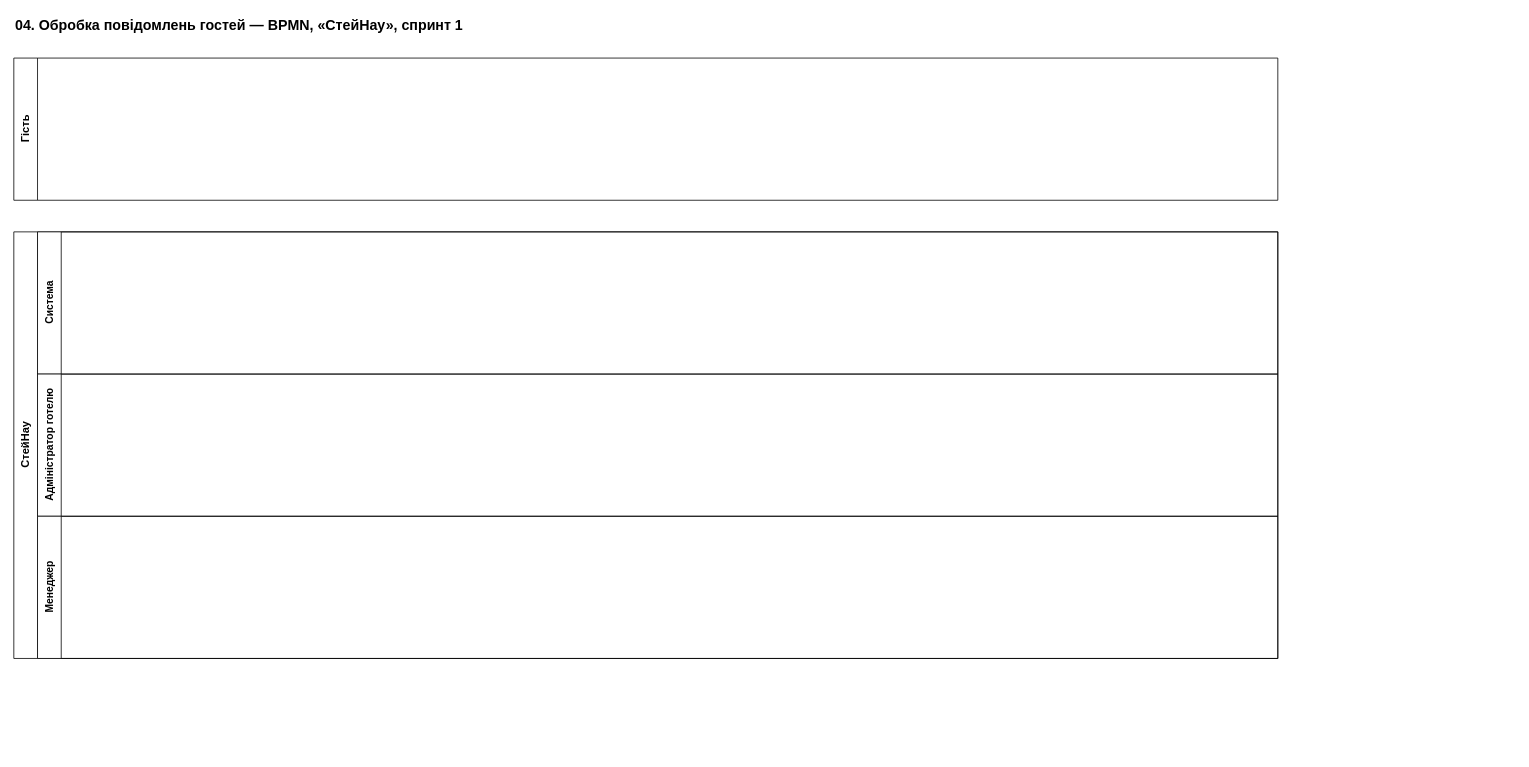
Before: docs/sprint1/bpmn/04_guest_messages.drawio in honest-honeypot/staynow, a draw.io diagram. Source tidied: cells renumbered, new cells numbered last; positions are measured from the earlier drawing's top-left corner, leaving out a move shared by most shapes. Both pictures are drawn from the tidied source at 79%, with x=0, y=0 at pixel (13, 13).
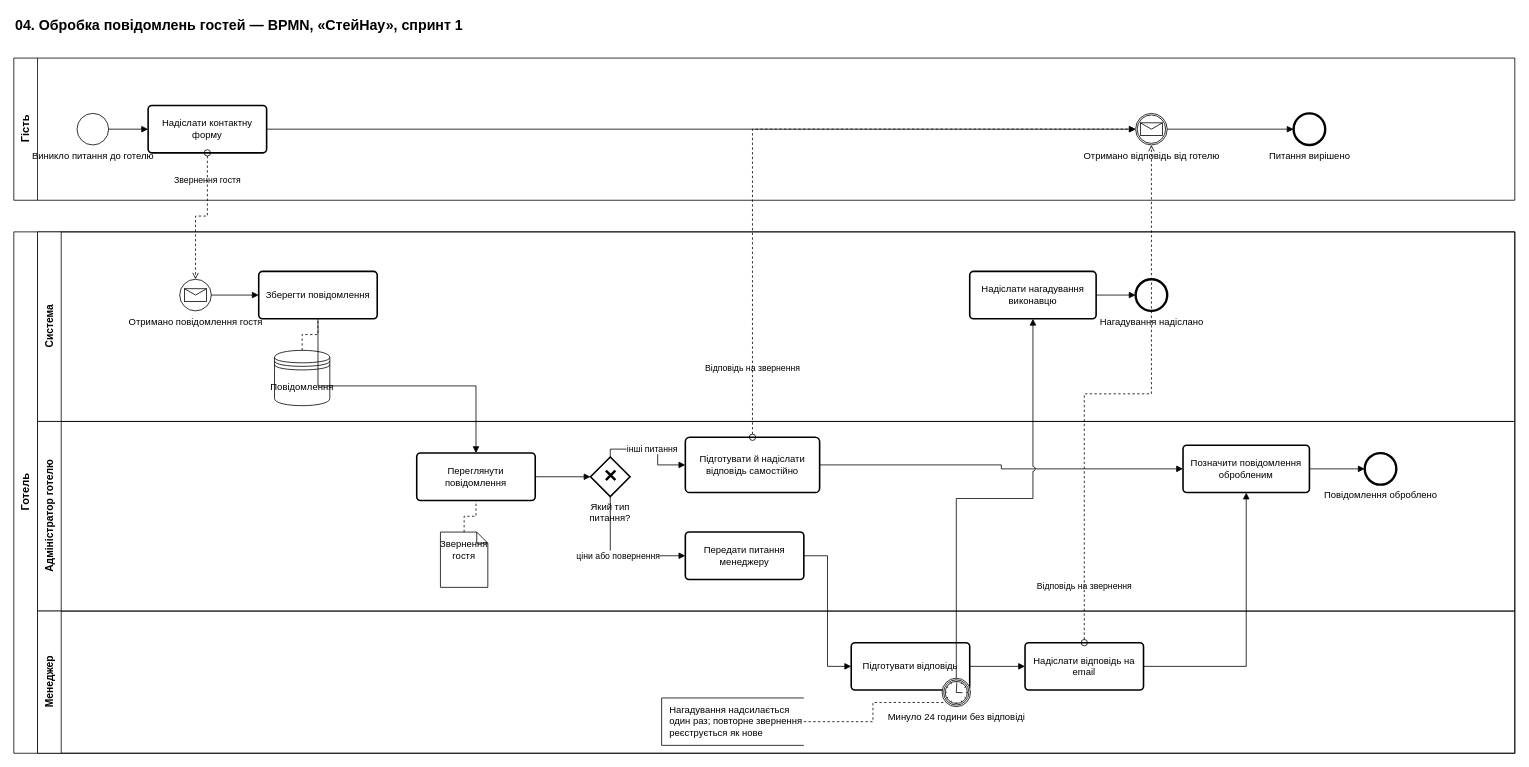
Above is the later version.

Change to the diagram source:
```diff
@@
     <mxCell id="2" value="04. Обробка повідомлень гостей — BPMN, «СтейНау», спринт 1" style="text;html=1;align=left;verticalAlign=middle;fontSize=18;fontStyle=1;" parent="1" vertex="1">
-      <mxGeometry width="900" height="30" as="geometry" />
+      <mxGeometry width="1000" height="30" as="geometry" />
     </mxCell>
     <mxCell id="3" value="Гість" style="swimlane;html=1;horizontal=0;startSize=30;fontSize=14;fontStyle=1;swimlaneFillColor=none;" parent="1" vertex="1">
-      <mxGeometry y="56" width="1600" height="180" as="geometry" />
+      <mxGeometry y="56" width="1900" height="180" as="geometry" />
     </mxCell>
-    <mxCell id="4" value="СтейНау" style="swimlane;html=1;horizontal=0;startSize=30;fontSize=14;fontStyle=1;swimlaneFillColor=none;" parent="1" vertex="1">
-      <mxGeometry y="276" width="1600" height="540" as="geometry" />
-    </mxCell>
+    <mxCell id="8" value="Виникло питання до готелю" style="shape=mxgraph.bpmn.event;html=1;verticalLabelPosition=bottom;verticalAlign=top;align=center;perimeter=ellipsePerimeter;outlineConnect=0;labelBackgroundColor=none;labelPosition=center;outline=standard;symbol=general;" parent="3" vertex="1">
+      <mxGeometry x="80" y="70" width="40" height="40" as="geometry" />
+    </mxCell>
+    <mxCell id="9" value="Надіслати контактну форму" style="rounded=1;whiteSpace=wrap;html=1;arcSize=8;strokeWidth=2;" parent="3" vertex="1">
+      <mxGeometry x="170" y="60" width="150" height="60" as="geometry" />
+    </mxCell>
+    <mxCell id="10" value="Отримано відповідь від готелю" style="shape=mxgraph.bpmn.event;html=1;verticalLabelPosition=bottom;verticalAlign=top;align=center;perimeter=ellipsePerimeter;outlineConnect=0;labelBackgroundColor=none;labelPosition=center;outline=catching;symbol=message;" parent="3" vertex="1">
+      <mxGeometry x="1420" y="70" width="40" height="40" as="geometry" />
+    </mxCell>
+    <mxCell id="11" value="Питання вирішено" style="shape=mxgraph.bpmn.event;html=1;verticalLabelPosition=bottom;verticalAlign=top;align=center;perimeter=ellipsePerimeter;outlineConnect=0;labelBackgroundColor=none;labelPosition=center;outline=end;symbol=general;" parent="3" vertex="1">
+      <mxGeometry x="1620" y="70" width="40" height="40" as="geometry" />
+    </mxCell>
+    <mxCell id="12" style="edgeStyle=orthogonalEdgeStyle;rounded=0;html=1;endArrow=block;endFill=1;jumpStyle=arc;" parent="1" edge="1" source="8" target="9">
+      <mxGeometry relative="1" as="geometry" />
+    </mxCell>
+    <mxCell id="13" style="edgeStyle=orthogonalEdgeStyle;rounded=0;html=1;endArrow=block;endFill=1;jumpStyle=arc;" parent="1" edge="1" source="9" target="10">
+      <mxGeometry relative="1" as="geometry" />
+    </mxCell>
+    <mxCell id="14" style="edgeStyle=orthogonalEdgeStyle;rounded=0;html=1;endArrow=block;endFill=1;jumpStyle=arc;" parent="1" edge="1" source="10" target="11">
+      <mxGeometry relative="1" as="geometry" />
+    </mxCell>
+    <mxCell id="15" value="Готель" style="swimlane;html=1;horizontal=0;startSize=30;fontSize=14;fontStyle=1;swimlaneFillColor=none;" parent="1" vertex="1">
+      <mxGeometry y="276" width="1900" height="660" as="geometry" />
+    </mxCell>
-    <mxCell id="5" value="Система" style="swimlane;html=1;horizontal=0;startSize=30;fontSize=13;swimlaneFillColor=none;" parent="4" vertex="1">
-      <mxGeometry x="30" width="1570" height="180" as="geometry" />
+    <mxCell id="5" value="Система" style="swimlane;html=1;horizontal=0;startSize=30;fontSize=13;swimlaneFillColor=none;" parent="15" vertex="1">
+      <mxGeometry x="30" width="1870" height="240" as="geometry" />
     </mxCell>
-    <mxCell id="6" value="Адміністратор готелю" style="swimlane;html=1;horizontal=0;startSize=30;fontSize=13;swimlaneFillColor=none;" parent="4" vertex="1">
-      <mxGeometry x="30" y="180" width="1570" height="180" as="geometry" />
+    <mxCell id="6" value="Адміністратор готелю" style="swimlane;html=1;horizontal=0;startSize=30;fontSize=13;swimlaneFillColor=none;" parent="15" vertex="1">
+      <mxGeometry x="30" y="240" width="1870" height="240" as="geometry" />
     </mxCell>
-    <mxCell id="7" value="Менеджер" style="swimlane;html=1;horizontal=0;startSize=30;fontSize=13;swimlaneFillColor=none;" parent="4" vertex="1">
-      <mxGeometry x="30" y="360" width="1570" height="180" as="geometry" />
+    <mxCell id="7" value="Менеджер" style="swimlane;html=1;horizontal=0;startSize=30;fontSize=13;swimlaneFillColor=none;" parent="15" vertex="1">
+      <mxGeometry x="30" y="480" width="1870" height="180" as="geometry" />
     </mxCell>
+    <mxCell id="16" value="Отримано повідомлення гостя" style="shape=mxgraph.bpmn.event;html=1;verticalLabelPosition=bottom;verticalAlign=top;align=center;perimeter=ellipsePerimeter;outlineConnect=0;labelBackgroundColor=none;labelPosition=center;outline=standard;symbol=message;" parent="5" vertex="1">
+      <mxGeometry x="180" y="60" width="40" height="40" as="geometry" />
+    </mxCell>
+    <mxCell id="17" value="Зберегти повідомлення" style="rounded=1;whiteSpace=wrap;html=1;arcSize=8;strokeWidth=2;" parent="5" vertex="1">
+      <mxGeometry x="280" y="50" width="150" height="60" as="geometry" />
+    </mxCell>
+    <mxCell id="18" value="Надіслати нагадування виконавцю" style="rounded=1;whiteSpace=wrap;html=1;arcSize=8;strokeWidth=2;" parent="5" vertex="1">
+      <mxGeometry x="1180" y="50" width="160" height="60" as="geometry" />
+    </mxCell>
+    <mxCell id="19" value="Нагадування надіслано" style="shape=mxgraph.bpmn.event;html=1;verticalLabelPosition=bottom;verticalAlign=top;align=center;perimeter=ellipsePerimeter;outlineConnect=0;labelBackgroundColor=none;labelPosition=center;outline=end;symbol=general;" parent="5" vertex="1">
+      <mxGeometry x="1390" y="60" width="40" height="40" as="geometry" />
+    </mxCell>
+    <mxCell id="20" value="Повідомлення" style="shape=datastore;whiteSpace=wrap;html=1;" parent="5" vertex="1">
+      <mxGeometry x="300" y="150" width="70" height="70" as="geometry" />
+    </mxCell>
+    <mxCell id="21" value="Переглянути повідомлення" style="rounded=1;whiteSpace=wrap;html=1;arcSize=8;strokeWidth=2;" parent="6" vertex="1">
+      <mxGeometry x="480" y="40" width="150" height="60" as="geometry" />
+    </mxCell>
+    <mxCell id="22" value="Який тип питання?" style="rhombus;whiteSpace=wrap;html=1;fillColor=none;strokeWidth=2;verticalLabelPosition=bottom;verticalAlign=top;labelBackgroundColor=none;" parent="6" vertex="1">
+      <mxGeometry x="700" y="45" width="50" height="50" as="geometry" />
+    </mxCell>
+    <mxCell id="23" value="✕" style="text;html=1;align=center;verticalAlign=middle;fontSize=22;fontStyle=1;strokeColor=none;fillColor=none;" parent="22" vertex="1">
+      <mxGeometry x="7" y="7" width="36" height="36" as="geometry" />
+    </mxCell>
+    <mxCell id="24" value="Підготувати й надіслати відповідь самостійно" style="rounded=1;whiteSpace=wrap;html=1;arcSize=8;strokeWidth=2;" parent="6" vertex="1">
+      <mxGeometry x="820" y="20" width="170" height="70" as="geometry" />
+    </mxCell>
+    <mxCell id="25" value="Передати питання менеджеру" style="rounded=1;whiteSpace=wrap;html=1;arcSize=8;strokeWidth=2;" parent="6" vertex="1">
+      <mxGeometry x="820" y="140" width="150" height="60" as="geometry" />
+    </mxCell>
+    <mxCell id="26" value="Позначити повідомлення обробленим" style="rounded=1;whiteSpace=wrap;html=1;arcSize=8;strokeWidth=2;" parent="6" vertex="1">
+      <mxGeometry x="1450" y="30" width="160" height="60" as="geometry" />
+    </mxCell>
+    <mxCell id="27" value="Повідомлення оброблено" style="shape=mxgraph.bpmn.event;html=1;verticalLabelPosition=bottom;verticalAlign=top;align=center;perimeter=ellipsePerimeter;outlineConnect=0;labelBackgroundColor=none;labelPosition=center;outline=end;symbol=general;" parent="6" vertex="1">
+      <mxGeometry x="1680" y="40" width="40" height="40" as="geometry" />
+    </mxCell>
+    <mxCell id="28" value="Звернення гостя" style="shape=note;whiteSpace=wrap;html=1;size=14;verticalAlign=top;spacingTop=2;" parent="6" vertex="1">
+      <mxGeometry x="510" y="140" width="60" height="70" as="geometry" />
+    </mxCell>
+    <mxCell id="29" value="Підготувати відповідь" style="rounded=1;whiteSpace=wrap;html=1;arcSize=8;strokeWidth=2;" parent="7" vertex="1">
+      <mxGeometry x="1030" y="40" width="150" height="60" as="geometry" />
+    </mxCell>
+    <mxCell id="30" value="Минуло 24 години без відповіді" style="shape=mxgraph.bpmn.event;html=1;verticalLabelPosition=bottom;verticalAlign=top;align=center;perimeter=ellipsePerimeter;outlineConnect=0;labelBackgroundColor=none;labelPosition=center;outline=boundInt;symbol=timer;" parent="7" vertex="1">
+      <mxGeometry x="1145" y="85" width="36" height="36" as="geometry" />
+    </mxCell>
+    <mxCell id="31" value="Надіслати відповідь на email" style="rounded=1;whiteSpace=wrap;html=1;arcSize=8;strokeWidth=2;" parent="7" vertex="1">
+      <mxGeometry x="1250" y="40" width="150" height="60" as="geometry" />
+    </mxCell>
+    <mxCell id="32" value="Нагадування надсилається один раз; повторне звернення реєструється як нове" style="shape=mxgraph.flowchart.annotation_1;html=1;align=left;whiteSpace=wrap;verticalAlign=middle;spacingLeft=8;fillColor=none;" parent="7" vertex="1">
+      <mxGeometry x="790" y="110" width="180" height="60" as="geometry" />
+    </mxCell>
+    <mxCell id="33" style="edgeStyle=orthogonalEdgeStyle;rounded=0;html=1;endArrow=block;endFill=1;jumpStyle=arc;" parent="1" edge="1" source="16" target="17">
+      <mxGeometry relative="1" as="geometry" />
+    </mxCell>
+    <mxCell id="34" style="edgeStyle=orthogonalEdgeStyle;rounded=0;html=1;endArrow=block;endFill=1;jumpStyle=arc;exitX=0.5;exitY=1;entryX=0.5;entryY=0;" parent="1" edge="1" source="17" target="21">
+      <mxGeometry relative="1" as="geometry" />
+    </mxCell>
+    <mxCell id="35" style="edgeStyle=orthogonalEdgeStyle;rounded=0;html=1;endArrow=block;endFill=1;jumpStyle=arc;" parent="1" edge="1" source="21" target="22">
+      <mxGeometry relative="1" as="geometry" />
+    </mxCell>
+    <mxCell id="36" value="інші питання" style="edgeStyle=orthogonalEdgeStyle;rounded=0;html=1;endArrow=block;endFill=1;jumpStyle=arc;exitX=0.5;exitY=0;entryX=0;entryY=0.5;" parent="1" edge="1" source="22" target="24">
+      <mxGeometry relative="1" as="geometry" />
+    </mxCell>
+    <mxCell id="37" value="ціни або повернення" style="edgeStyle=orthogonalEdgeStyle;rounded=0;html=1;endArrow=block;endFill=1;jumpStyle=arc;exitX=0.5;exitY=1;entryX=0;entryY=0.5;" parent="1" edge="1" source="22" target="25">
+      <mxGeometry relative="1" as="geometry" />
+    </mxCell>
+    <mxCell id="38" style="edgeStyle=orthogonalEdgeStyle;rounded=0;html=1;endArrow=block;endFill=1;jumpStyle=arc;exitX=1;exitY=0.5;entryX=0;entryY=0.5;" parent="1" edge="1" source="25" target="29">
+      <mxGeometry relative="1" as="geometry" />
+    </mxCell>
+    <mxCell id="39" style="edgeStyle=orthogonalEdgeStyle;rounded=0;html=1;endArrow=block;endFill=1;jumpStyle=arc;" parent="1" edge="1" source="29" target="31">
+      <mxGeometry relative="1" as="geometry" />
+    </mxCell>
+    <mxCell id="40" style="edgeStyle=orthogonalEdgeStyle;rounded=0;html=1;endArrow=block;endFill=1;jumpStyle=arc;exitX=1;exitY=0.5;entryX=0.5;entryY=1;" parent="1" edge="1" source="31" target="26">
+      <mxGeometry relative="1" as="geometry" />
+    </mxCell>
+    <mxCell id="41" style="edgeStyle=orthogonalEdgeStyle;rounded=0;html=1;endArrow=block;endFill=1;jumpStyle=arc;exitX=1;exitY=0.5;entryX=0;entryY=0.5;" parent="1" edge="1" source="24" target="26">
+      <mxGeometry relative="1" as="geometry" />
+    </mxCell>
+    <mxCell id="42" style="edgeStyle=orthogonalEdgeStyle;rounded=0;html=1;endArrow=block;endFill=1;jumpStyle=arc;" parent="1" edge="1" source="26" target="27">
+      <mxGeometry relative="1" as="geometry" />
+    </mxCell>
+    <mxCell id="43" style="edgeStyle=orthogonalEdgeStyle;rounded=0;html=1;endArrow=block;endFill=1;jumpStyle=arc;exitX=0.5;exitY=0;entryX=0.5;entryY=1;" parent="1" edge="1" source="30" target="18">
+      <mxGeometry relative="1" as="geometry" />
+    </mxCell>
+    <mxCell id="44" style="edgeStyle=orthogonalEdgeStyle;rounded=0;html=1;endArrow=block;endFill=1;jumpStyle=arc;" parent="1" edge="1" source="18" target="19">
+      <mxGeometry relative="1" as="geometry" />
+    </mxCell>
+    <mxCell id="45" value="Звернення гостя" style="edgeStyle=orthogonalEdgeStyle;rounded=0;html=1;dashed=1;endArrow=open;endFill=0;startArrow=oval;startFill=0;startSize=8;labelBackgroundColor=none;exitX=0.5;exitY=1;entryX=0.5;entryY=0;" parent="1" edge="1" source="9" target="16">
+      <mxGeometry x="-0.6" relative="1" as="geometry" />
+    </mxCell>
+    <mxCell id="46" value="Відповідь на звернення" style="edgeStyle=orthogonalEdgeStyle;rounded=0;html=1;dashed=1;endArrow=open;endFill=0;startArrow=oval;startFill=0;startSize=8;labelBackgroundColor=none;exitX=0.5;exitY=0;entryX=0.5;entryY=1;" parent="1" edge="1" source="31" target="10">
+      <mxGeometry x="-0.8" relative="1" as="geometry" />
+    </mxCell>
+    <mxCell id="47" value="Відповідь на звернення" style="edgeStyle=orthogonalEdgeStyle;rounded=0;html=1;dashed=1;endArrow=open;endFill=0;startArrow=oval;startFill=0;startSize=8;labelBackgroundColor=none;exitX=0.5;exitY=0;entryX=0;entryY=0.5;" parent="1" edge="1" source="24" target="10">
+      <mxGeometry x="-0.8" relative="1" as="geometry" />
+    </mxCell>
+    <mxCell id="48" style="edgeStyle=orthogonalEdgeStyle;html=1;dashed=1;endArrow=none;rounded=0;exitX=0.5;exitY=0;entryX=0.5;entryY=1;" parent="1" edge="1" source="20" target="17">
+      <mxGeometry relative="1" as="geometry" />
+    </mxCell>
+    <mxCell id="49" style="edgeStyle=orthogonalEdgeStyle;html=1;dashed=1;endArrow=none;rounded=0;exitX=0.5;exitY=0;entryX=0.5;entryY=1;" parent="1" edge="1" source="28" target="21">
+      <mxGeometry relative="1" as="geometry" />
+    </mxCell>
+    <mxCell id="50" style="edgeStyle=orthogonalEdgeStyle;html=1;dashed=1;endArrow=none;rounded=0;exitX=1;exitY=0.5;entryX=0;entryY=1;" parent="1" edge="1" source="32" target="30">
+      <mxGeometry relative="1" as="geometry" />
+    </mxCell>
```
